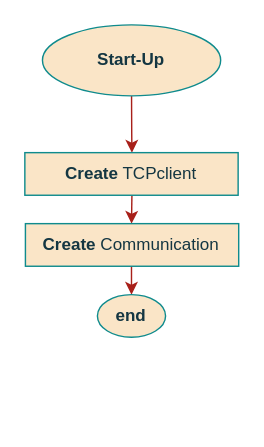
ESRGgroup9/slipad keeps this draw.io diagram as page "boot" (2 of 5) of project/report/flowcharts/Gatewaytasks/GWthreads.drawio. Above is the earlier version. Source tidied: cells renumbered, new cells numbered last; positions are measured from the earlier drawing's top-left corner, leaving out a move shared by most shapes. Both pictures are drawn from the tidied source at 142%, with x=0, y=0 at pixel (24, 24).
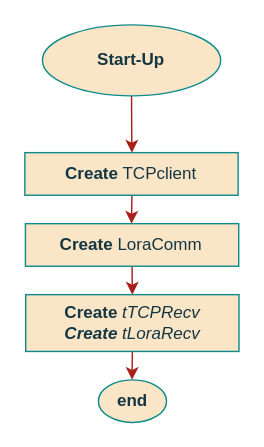
Above is the later version.

What changed in the source:
```diff
@@
 <mxGraphModel>
   <root>
     <mxCell id="0" />
     <mxCell id="1" parent="0" />
     <mxCell id="2" style="edgeStyle=orthogonalEdgeStyle;curved=0;rounded=1;sketch=0;jettySize=auto;html=1;exitX=0.5;exitY=1;exitDx=0;exitDy=0;entryX=0.5;entryY=0;entryDx=0;entryDy=0;fontColor=#143642;strokeColor=#A8201A;fillColor=#FAE5C7;" parent="1" edge="1" source="3">
       <mxGeometry relative="1" as="geometry">
         <mxPoint x="75.4" y="90" as="targetPoint" />
       </mxGeometry>
     </mxCell>
     <mxCell id="3" value="Start-Up" style="ellipse;whiteSpace=wrap;html=1;fillColor=#FAE5C7;strokeColor=#0F8B8D;fontColor=#143642;fontStyle=1;" parent="1" vertex="1">
       <mxGeometry x="12.4" width="125.5" height="50" as="geometry" />
     </mxCell>
     <mxCell id="4" style="edgeStyle=orthogonalEdgeStyle;rounded=1;orthogonalLoop=1;jettySize=auto;html=1;exitX=0.5;exitY=1;exitDx=0;exitDy=0;entryX=0.5;entryY=0;entryDx=0;entryDy=0;fontSize=11;strokeColor=#A8201A;" parent="1" edge="1">
       <mxGeometry relative="1" as="geometry">
         <mxPoint x="75.4" y="120" as="sourcePoint" />
         <mxPoint x="75.1" y="140" as="targetPoint" />
       </mxGeometry>
     </mxCell>
-    <mxCell id="5" style="edgeStyle=orthogonalEdgeStyle;rounded=1;orthogonalLoop=1;jettySize=auto;html=1;exitX=0.5;exitY=1;exitDx=0;exitDy=0;entryX=0.5;entryY=0;entryDx=0;entryDy=0;fontSize=11;strokeColor=#A8201A;" parent="1" edge="1">
-      <mxGeometry relative="1" as="geometry">
-        <mxPoint x="75.1" y="170" as="sourcePoint" />
-        <mxPoint x="75.1" y="190" as="targetPoint" />
-      </mxGeometry>
-    </mxCell>
     <mxCell id="6" value="end" style="ellipse;whiteSpace=wrap;html=1;fillColor=#FAE5C7;strokeColor=#0F8B8D;fontColor=#143642;fontStyle=1;" parent="1" vertex="1">
-      <mxGeometry x="51.1" y="190" width="48" height="30" as="geometry" />
+      <mxGeometry x="51.8" y="250" width="48" height="30" as="geometry" />
     </mxCell>
+    <mxCell id="9" style="edgeStyle=orthogonalEdgeStyle;rounded=1;jettySize=auto;html=1;exitX=0.5;exitY=1;exitDx=0;exitDy=0;entryX=0.5;entryY=0;entryDx=0;entryDy=0;fontSize=10;strokeColor=#A8201A;" parent="1" edge="1" source="7" target="11">
+      <mxGeometry relative="1" as="geometry" />
+    </mxCell>
-    <mxCell id="7" value="&lt;b&gt;Create&lt;/b&gt; Communication" style="rounded=0;whiteSpace=wrap;html=1;sketch=0;fontColor=#143642;strokeColor=#0F8B8D;fillColor=#FAE5C7;" parent="1" vertex="1">
+    <mxCell id="7" value="&lt;b&gt;Create&lt;/b&gt; LoraComm" style="rounded=0;whiteSpace=wrap;html=1;sketch=0;fontColor=#143642;strokeColor=#0F8B8D;fillColor=#FAE5C7;" parent="1" vertex="1">
       <mxGeometry x="0.4" y="140" width="150.2" height="30" as="geometry" />
     </mxCell>
     <mxCell id="8" value="&lt;b&gt;Create&lt;/b&gt; TCPclient" style="rounded=0;whiteSpace=wrap;html=1;sketch=0;fontColor=#143642;strokeColor=#0F8B8D;fillColor=#FAE5C7;" parent="1" vertex="1">
       <mxGeometry y="90" width="150.2" height="30" as="geometry" />
     </mxCell>
+    <mxCell id="10" style="edgeStyle=orthogonalEdgeStyle;rounded=1;jettySize=auto;html=1;exitX=0.5;exitY=1;exitDx=0;exitDy=0;entryX=0.5;entryY=0;entryDx=0;entryDy=0;fontSize=10;strokeColor=#A8201A;" parent="1" edge="1" source="11">
+      <mxGeometry relative="1" as="geometry">
+        <mxPoint x="75.5" y="250" as="targetPoint" />
+      </mxGeometry>
+    </mxCell>
+    <mxCell id="11" value="&lt;div&gt;&lt;b&gt;Create&lt;/b&gt; &lt;i&gt;tTCPRecv&lt;/i&gt;&lt;/div&gt;&lt;div&gt;&lt;i&gt;&lt;b&gt;Create &lt;/b&gt;tLoraRecv&lt;br&gt;&lt;/i&gt;&lt;/div&gt;" style="rounded=0;whiteSpace=wrap;html=1;sketch=0;fontColor=#143642;strokeColor=#0F8B8D;fillColor=#FAE5C7;" parent="1" vertex="1">
+      <mxGeometry x="0.6" y="190" width="150.2" height="40" as="geometry" />
+    </mxCell>
   </root>
 </mxGraphModel>
```
